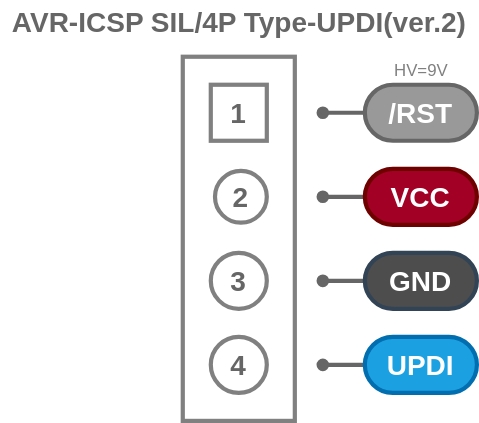
This is svg/AVR-ICSP-S4P-UPDIv2.drawio.svg from askn37/askn37.github.io, a draw.io export, as it was before one commit. Source tidied: cells renumbered, new cells last; positions are measured from the earlier drawing's top-left corner, leaving out a move shared by most shapes.
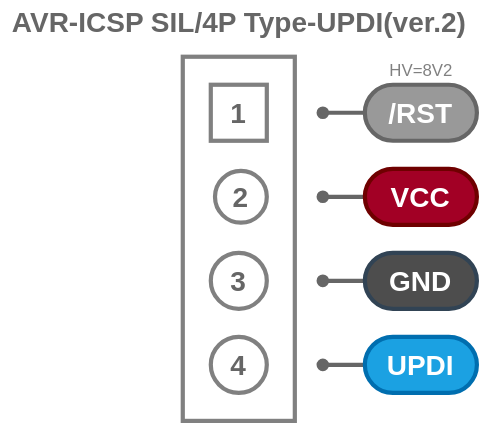
Above is the later version.

What changed in the source:
```diff
@@ -44,8 +44,8 @@
     <mxCell id="12" value="AVR-ICSP SIL/4P Type-UPDI(ver.2)" style="text;html=1;align=center;verticalAlign=middle;strokeColor=none;fillColor=none;fontSize=20;fontColor=#666666;fontStyle=1;" parent="1" vertex="1">
       <mxGeometry width="340" height="30" as="geometry" />
     </mxCell>
-    <mxCell id="13" value="HV=9V" style="text;html=1;align=center;verticalAlign=middle;strokeColor=none;fillColor=none;fontColor=#808080;" parent="1" vertex="1">
-      <mxGeometry x="275" y="40" width="50" height="20" as="geometry" />
+    <mxCell id="13" value="HV=8V2" style="text;html=1;align=center;verticalAlign=middle;strokeColor=none;fillColor=none;fontColor=#808080;" parent="1" vertex="1">
+      <mxGeometry x="265" y="35" width="70" height="30" as="geometry" />
     </mxCell>
     <mxCell id="14" value="/RST" style="rounded=1;whiteSpace=wrap;html=1;fontSize=20;strokeWidth=3;fontStyle=1;fillColor=#999999;strokeColor=#666666;fontColor=#ffffff;arcSize=50;" parent="1" vertex="1">
       <mxGeometry x="260" y="60" width="80" height="40" as="geometry" />
```
